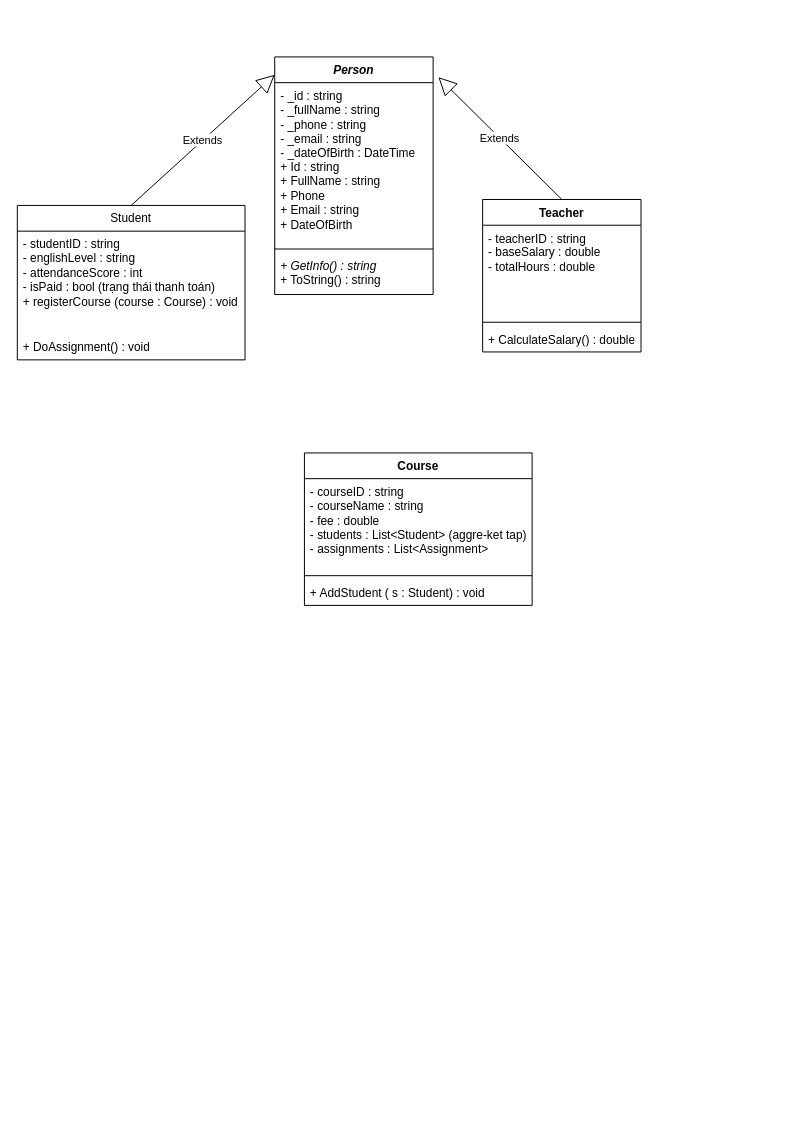
This is Class_Diagram_QL_TrungTam_TA.drawio from ngocyen06/OOP_QL_Trung_tam_Tieng_Anh, a draw.io file, before an edit. Source tidied: cells renumbered, new cells numbered last; positions are measured from the earlier drawing's top-left corner, leaving out a move shared by most shapes. Both pictures are drawn from the tidied source at 99%, with x=0, y=0 at pixel (17, 56).
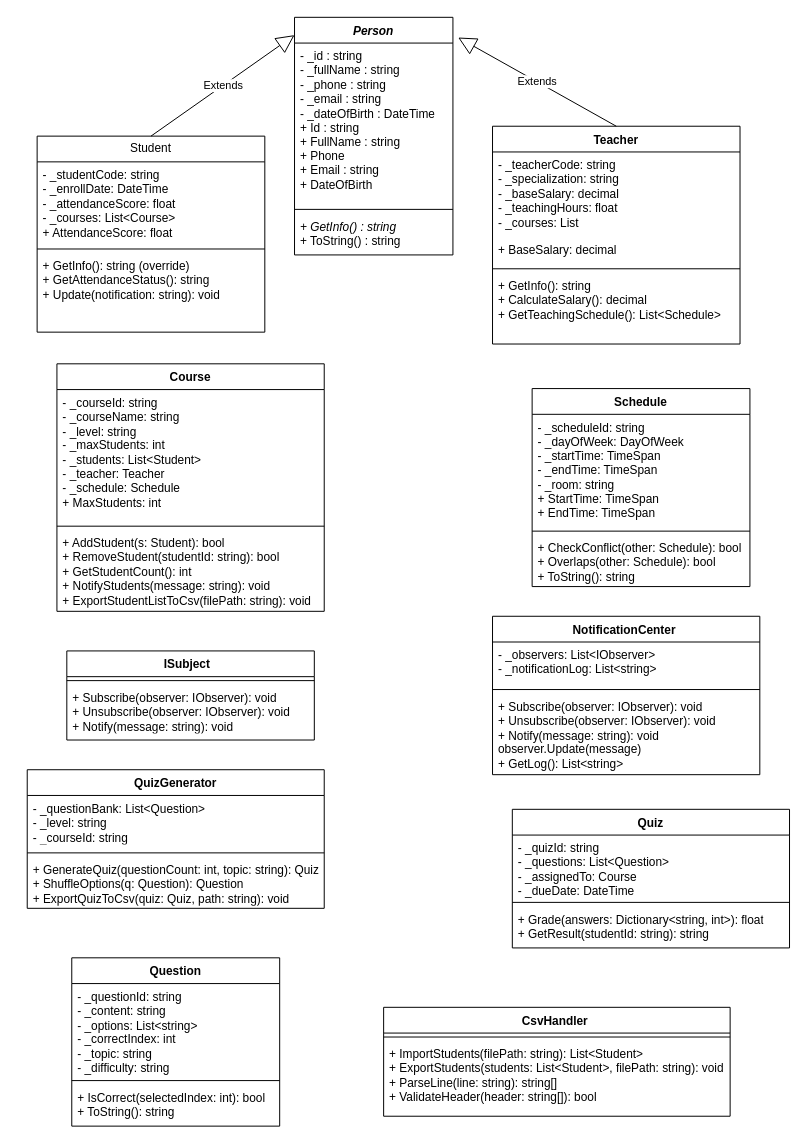
After the change.

Diff of the diagram source:
```diff
@@
     <mxCell id="2" value="&lt;i&gt;Person&lt;/i&gt;" style="swimlane;fontStyle=1;align=center;verticalAlign=top;horizontal=1;startSize=26;whiteSpace=wrap;html=1;" parent="1" vertex="1">
-      <mxGeometry x="260" width="160" height="240" as="geometry" />
+      <mxGeometry x="280" y="-40" width="160" height="240" as="geometry" />
     </mxCell>
@@
     <mxCell id="6" value="Student" style="swimlane;fontStyle=0;horizontal=1;startSize=26;fillColor=none;whiteSpace=wrap;html=1;" parent="1" vertex="1">
-      <mxGeometry y="150" width="230" height="156" as="geometry" />
+      <mxGeometry x="20" y="80" width="230" height="198" as="geometry" />
     </mxCell>
-    <mxCell id="7" value="- studentID : string&lt;div&gt;- englishLevel : string&lt;/div&gt;&lt;div&gt;- attendanceScore : int&lt;/div&gt;&lt;div&gt;- isPaid : bool (trạng thái thanh toán)&lt;/div&gt;&lt;div&gt;+ registerCourse (course : Course) : void&lt;/div&gt;&lt;div&gt;&lt;br&gt;&lt;/div&gt;" style="text;strokeColor=none;fillColor=none;align=left;verticalAlign=top;spacingLeft=4;spacingRight=4;overflow=hidden;whiteSpace=wrap;html=1;" parent="6" vertex="1">
-      <mxGeometry y="26" width="230" height="104" as="geometry" />
+    <mxCell id="7" value="&lt;span style=&quot;background-color: transparent; color: light-dark(rgb(0, 0, 0), rgb(255, 255, 255));&quot;&gt;- _studentCode: string&lt;/span&gt;&lt;div&gt;- _enrollDate: DateTime&lt;/div&gt;&lt;div&gt;&lt;span style=&quot;background-color: transparent; color: light-dark(rgb(0, 0, 0), rgb(255, 255, 255));&quot;&gt;- _attendanceScore: float&amp;nbsp;&lt;/span&gt;&lt;/div&gt;&lt;div&gt;&lt;span style=&quot;background-color: transparent; color: light-dark(rgb(0, 0, 0), rgb(255, 255, 255));&quot;&gt;- _courses: List&amp;lt;Course&amp;gt;&lt;/span&gt;&lt;/div&gt;&lt;div&gt;&lt;span style=&quot;background-color: transparent; color: light-dark(rgb(0, 0, 0), rgb(255, 255, 255));&quot;&gt;+ AttendanceScore: float&lt;/span&gt;&lt;/div&gt;" style="text;strokeColor=none;fillColor=none;align=left;verticalAlign=top;spacingLeft=4;spacingRight=4;overflow=hidden;whiteSpace=wrap;html=1;" parent="6" vertex="1">
+      <mxGeometry y="26" width="230" height="84" as="geometry" />
     </mxCell>
+    <mxCell id="19" style="line;strokeWidth=1;fillColor=none;align=left;verticalAlign=middle;spacingTop=-1;spacingLeft=3;spacingRight=3;labelPosition=right;strokeColor=inherit;" parent="6" vertex="1">
+      <mxGeometry y="110" width="230" height="8" as="geometry" />
+    </mxCell>
-    <mxCell id="8" value="+ DoAssignment() : void" style="text;strokeColor=none;fillColor=none;align=left;verticalAlign=top;spacingLeft=4;spacingRight=4;overflow=hidden;whiteSpace=wrap;html=1;" parent="6" vertex="1">
-      <mxGeometry y="130" width="230" height="26" as="geometry" />
+    <mxCell id="8" value="+ GetInfo(): string (override)&lt;div&gt;+ GetAttendanceStatus(): string&amp;nbsp;&lt;/div&gt;&lt;div&gt;+ Update(notification: string): void&lt;/div&gt;" style="text;strokeColor=none;fillColor=none;align=left;verticalAlign=top;spacingLeft=4;spacingRight=4;overflow=hidden;whiteSpace=wrap;html=1;" parent="6" vertex="1">
+      <mxGeometry y="118" width="230" height="80" as="geometry" />
     </mxCell>
@@
     <mxCell id="10" value="Teacher" style="swimlane;fontStyle=1;align=center;verticalAlign=top;horizontal=1;startSize=26;whiteSpace=wrap;html=1;" parent="1" vertex="1">
-      <mxGeometry x="470" y="144" width="160" height="154" as="geometry" />
+      <mxGeometry x="480" y="70" width="250" height="220" as="geometry" />
     </mxCell>
-    <mxCell id="11" value="- teacherID : string&lt;div&gt;- baseSalary : double&lt;/div&gt;&lt;div&gt;- totalHours : double&lt;/div&gt;" style="text;strokeColor=none;fillColor=none;align=left;verticalAlign=top;spacingLeft=4;spacingRight=4;overflow=hidden;whiteSpace=wrap;html=1;" parent="10" vertex="1">
-      <mxGeometry y="26" width="160" height="94" as="geometry" />
+    <mxCell id="11" value="- _teacherCode: string&lt;div&gt;- _specialization: string&amp;nbsp;&lt;/div&gt;&lt;div&gt;- _baseSalary: decimal&amp;nbsp;&lt;/div&gt;&lt;div&gt;- _teachingHours: float&lt;/div&gt;&lt;div&gt;- _courses: List&lt;/div&gt;&lt;div&gt;&lt;br&gt;&lt;/div&gt;&lt;div&gt;+ BaseSalary: decimal&lt;/div&gt;" style="text;strokeColor=none;fillColor=none;align=left;verticalAlign=top;spacingLeft=4;spacingRight=4;overflow=hidden;whiteSpace=wrap;html=1;" parent="10" vertex="1">
+      <mxGeometry y="26" width="250" height="114" as="geometry" />
     </mxCell>
     <mxCell id="12" style="line;strokeWidth=1;fillColor=none;align=left;verticalAlign=middle;spacingTop=-1;spacingLeft=3;spacingRight=3;labelPosition=right;strokeColor=inherit;" parent="10" vertex="1">
-      <mxGeometry y="120" width="160" height="8" as="geometry" />
+      <mxGeometry y="140" width="250" height="8" as="geometry" />
     </mxCell>
-    <mxCell id="13" value="+ CalculateSalary() : double" style="text;strokeColor=none;fillColor=none;align=left;verticalAlign=top;spacingLeft=4;spacingRight=4;overflow=hidden;whiteSpace=wrap;html=1;" parent="10" vertex="1">
-      <mxGeometry y="128" width="160" height="26" as="geometry" />
+    <mxCell id="13" value="+ GetInfo(): string&lt;div&gt;+ CalculateSalary(): decimal&lt;/div&gt;&lt;div&gt;+ GetTeachingSchedule(): List&amp;lt;Schedule&amp;gt;&lt;/div&gt;&lt;div&gt;&lt;br&gt;&lt;/div&gt;" style="text;strokeColor=none;fillColor=none;align=left;verticalAlign=top;spacingLeft=4;spacingRight=4;overflow=hidden;whiteSpace=wrap;html=1;" parent="10" vertex="1">
+      <mxGeometry y="148" width="250" height="72" as="geometry" />
     </mxCell>
@@
     <mxCell id="15" value="Course" style="swimlane;fontStyle=1;align=center;verticalAlign=top;horizontal=1;startSize=26;whiteSpace=wrap;html=1;" parent="1" vertex="1">
-      <mxGeometry x="290" y="400" width="230" height="154" as="geometry" />
+      <mxGeometry x="40" y="310" width="270" height="250" as="geometry" />
     </mxCell>
-    <mxCell id="16" value="- courseID : string&lt;div&gt;- courseName : string&lt;/div&gt;&lt;div&gt;- fee : double&lt;/div&gt;&lt;div&gt;- students : List&amp;lt;Student&amp;gt; (aggre-ket tap)&lt;/div&gt;&lt;div&gt;- assignments : List&amp;lt;Assignment&amp;gt;&lt;/div&gt;&lt;div&gt;&lt;br&gt;&lt;/div&gt;" style="text;strokeColor=none;fillColor=none;align=left;verticalAlign=top;spacingLeft=4;spacingRight=4;overflow=hidden;whiteSpace=wrap;html=1;" parent="15" vertex="1">
-      <mxGeometry y="26" width="230" height="94" as="geometry" />
+    <mxCell id="16" value="&lt;div&gt;- _courseId: string&lt;/div&gt;&lt;div&gt;- _courseName: string&lt;/div&gt;&lt;div&gt;- _level: string&amp;nbsp;&lt;/div&gt;&lt;div&gt;- _maxStudents: int&amp;nbsp;&lt;/div&gt;&lt;div&gt;- _students: List&amp;lt;Student&amp;gt;&amp;nbsp;&lt;/div&gt;&lt;div&gt;- _teacher: Teacher&lt;/div&gt;&lt;div&gt;- _schedule: Schedule&lt;/div&gt;&lt;div&gt;+ MaxStudents: int&lt;/div&gt;" style="text;strokeColor=none;fillColor=none;align=left;verticalAlign=top;spacingLeft=4;spacingRight=4;overflow=hidden;whiteSpace=wrap;html=1;" parent="15" vertex="1">
+      <mxGeometry y="26" width="270" height="134" as="geometry" />
     </mxCell>
     <mxCell id="17" style="line;strokeWidth=1;fillColor=none;align=left;verticalAlign=middle;spacingTop=-1;spacingLeft=3;spacingRight=3;labelPosition=right;strokeColor=inherit;" parent="15" vertex="1">
-      <mxGeometry y="120" width="230" height="8" as="geometry" />
+      <mxGeometry y="160" width="270" height="8" as="geometry" />
     </mxCell>
-    <mxCell id="18" value="+ AddStudent ( s : Student) : void" style="text;strokeColor=none;fillColor=none;align=left;verticalAlign=top;spacingLeft=4;spacingRight=4;overflow=hidden;whiteSpace=wrap;html=1;" parent="15" vertex="1">
-      <mxGeometry y="128" width="230" height="26" as="geometry" />
+    <mxCell id="18" value="+ AddStudent(s: Student): bool&amp;nbsp;&lt;div&gt;+ RemoveStudent(studentId: string): bool&lt;/div&gt;&lt;div&gt;+ GetStudentCount(): int&lt;/div&gt;&lt;div&gt;+ NotifyStudents(message: string): void&amp;nbsp;&lt;/div&gt;&lt;div&gt;+ ExportStudentListToCsv(filePath: string): void&lt;/div&gt;" style="text;strokeColor=none;fillColor=none;align=left;verticalAlign=top;spacingLeft=4;spacingRight=4;overflow=hidden;whiteSpace=wrap;html=1;" parent="15" vertex="1">
+      <mxGeometry y="168" width="270" height="82" as="geometry" />
     </mxCell>
+    <mxCell id="20" value="Schedule" style="swimlane;fontStyle=1;align=center;verticalAlign=top;horizontal=1;startSize=26;whiteSpace=wrap;html=1;" parent="1" vertex="1">
+      <mxGeometry x="520" y="335" width="220" height="200" as="geometry" />
+    </mxCell>
+    <mxCell id="21" value="- _scheduleId: string&lt;div&gt;- _dayOfWeek: DayOfWeek&lt;/div&gt;&lt;div&gt;- _startTime: TimeSpan&lt;/div&gt;&lt;div&gt;- _endTime: TimeSpan&amp;nbsp;&lt;/div&gt;&lt;div&gt;- _room: string&lt;/div&gt;&lt;div&gt;+ StartTime: TimeSpan&amp;nbsp;&lt;/div&gt;&lt;div&gt;+ EndTime: TimeSpan&lt;/div&gt;" style="text;strokeColor=none;fillColor=none;align=left;verticalAlign=top;spacingLeft=4;spacingRight=4;overflow=hidden;whiteSpace=wrap;html=1;" parent="20" vertex="1">
+      <mxGeometry y="26" width="220" height="114" as="geometry" />
+    </mxCell>
+    <mxCell id="22" style="line;strokeWidth=1;fillColor=none;align=left;verticalAlign=middle;spacingTop=-1;spacingLeft=3;spacingRight=3;labelPosition=right;strokeColor=inherit;" parent="20" vertex="1">
+      <mxGeometry y="140" width="220" height="8" as="geometry" />
+    </mxCell>
+    <mxCell id="23" value="+ CheckConflict(other: Schedule): bool&lt;div&gt;+ Overlaps(other: Schedule): bool&amp;nbsp;&lt;/div&gt;&lt;div&gt;&lt;span style=&quot;background-color: transparent; color: light-dark(rgb(0, 0, 0), rgb(255, 255, 255));&quot;&gt;+ ToString(): string&lt;/span&gt;&lt;/div&gt;" style="text;strokeColor=none;fillColor=none;align=left;verticalAlign=top;spacingLeft=4;spacingRight=4;overflow=hidden;whiteSpace=wrap;html=1;" parent="20" vertex="1">
+      <mxGeometry y="148" width="220" height="52" as="geometry" />
+    </mxCell>
+    <mxCell id="24" value="ISubject&amp;nbsp;&amp;nbsp;" style="swimlane;fontStyle=1;align=center;verticalAlign=top;horizontal=1;startSize=26;whiteSpace=wrap;html=1;" parent="1" vertex="1">
+      <mxGeometry x="50" y="600" width="250" height="90" as="geometry" />
+    </mxCell>
+    <mxCell id="25" style="line;strokeWidth=1;fillColor=none;align=left;verticalAlign=middle;spacingTop=-1;spacingLeft=3;spacingRight=3;labelPosition=right;strokeColor=inherit;" parent="24" vertex="1">
+      <mxGeometry y="26" width="250" height="8" as="geometry" />
+    </mxCell>
+    <mxCell id="26" value="+ Subscribe(observer: IObserver): void&lt;div&gt;+ Unsubscribe(observer: IObserver): void&lt;/div&gt;&lt;div&gt;+ Notify(message: string): void&lt;/div&gt;" style="text;strokeColor=none;fillColor=none;align=left;verticalAlign=top;spacingLeft=4;spacingRight=4;overflow=hidden;whiteSpace=wrap;html=1;" parent="24" vertex="1">
+      <mxGeometry y="34" width="250" height="56" as="geometry" />
+    </mxCell>
+    <mxCell id="27" value="NotificationCenter&amp;nbsp;" style="swimlane;fontStyle=1;align=center;verticalAlign=top;horizontal=1;startSize=26;whiteSpace=wrap;html=1;" parent="1" vertex="1">
+      <mxGeometry x="480" y="565" width="270" height="160" as="geometry" />
+    </mxCell>
+    <mxCell id="28" value="- _observers: List&amp;lt;IObserver&amp;gt;&lt;div&gt;- _notificationLog: List&amp;lt;string&amp;gt;&lt;/div&gt;" style="text;strokeColor=none;fillColor=none;align=left;verticalAlign=top;spacingLeft=4;spacingRight=4;overflow=hidden;whiteSpace=wrap;html=1;" parent="27" vertex="1">
+      <mxGeometry y="26" width="270" height="44" as="geometry" />
+    </mxCell>
+    <mxCell id="29" style="line;strokeWidth=1;fillColor=none;align=left;verticalAlign=middle;spacingTop=-1;spacingLeft=3;spacingRight=3;labelPosition=right;strokeColor=inherit;" parent="27" vertex="1">
+      <mxGeometry y="70" width="270" height="8" as="geometry" />
+    </mxCell>
+    <mxCell id="30" value="+ Subscribe(observer: IObserver): void&lt;div&gt;+ Unsubscribe(observer: IObserver): void&lt;/div&gt;&lt;div&gt;+ Notify(message: string): void&amp;nbsp; observer.Update(message)&amp;nbsp;&lt;/div&gt;&lt;div&gt;+ GetLog(): List&amp;lt;string&amp;gt;&lt;/div&gt;" style="text;strokeColor=none;fillColor=none;align=left;verticalAlign=top;spacingLeft=4;spacingRight=4;overflow=hidden;whiteSpace=wrap;html=1;" parent="27" vertex="1">
+      <mxGeometry y="78" width="270" height="82" as="geometry" />
+    </mxCell>
+    <mxCell id="31" value="QuizGenerator" style="swimlane;fontStyle=1;align=center;verticalAlign=top;horizontal=1;startSize=26;whiteSpace=wrap;html=1;" parent="1" vertex="1">
+      <mxGeometry x="10" y="720" width="300" height="140" as="geometry" />
+    </mxCell>
+    <mxCell id="32" value="- _questionBank: List&amp;lt;Question&amp;gt;&lt;div&gt;- _level: string&lt;/div&gt;&lt;div&gt;- _courseId: string&lt;/div&gt;" style="text;strokeColor=none;fillColor=none;align=left;verticalAlign=top;spacingLeft=4;spacingRight=4;overflow=hidden;whiteSpace=wrap;html=1;" parent="31" vertex="1">
+      <mxGeometry y="26" width="300" height="54" as="geometry" />
+    </mxCell>
+    <mxCell id="33" style="line;strokeWidth=1;fillColor=none;align=left;verticalAlign=middle;spacingTop=-1;spacingLeft=3;spacingRight=3;labelPosition=right;strokeColor=inherit;" parent="31" vertex="1">
+      <mxGeometry y="80" width="300" height="8" as="geometry" />
+    </mxCell>
+    <mxCell id="34" value="+ GenerateQuiz(questionCount: int, topic: string): Quiz&lt;div&gt;+ ShuffleOptions(q: Question): Question&amp;nbsp;&lt;/div&gt;&lt;div&gt;+ ExportQuizToCsv(quiz: Quiz, path: string): void&lt;/div&gt;" style="text;strokeColor=none;fillColor=none;align=left;verticalAlign=top;spacingLeft=4;spacingRight=4;overflow=hidden;whiteSpace=wrap;html=1;" parent="31" vertex="1">
+      <mxGeometry y="88" width="300" height="52" as="geometry" />
+    </mxCell>
+    <mxCell id="35" value="Question" style="swimlane;fontStyle=1;align=center;verticalAlign=top;horizontal=1;startSize=26;whiteSpace=wrap;html=1;" parent="1" vertex="1">
+      <mxGeometry x="55" y="910" width="210" height="170" as="geometry" />
+    </mxCell>
+    <mxCell id="36" value="- _questionId: string&lt;div&gt;- _content: string&lt;/div&gt;&lt;div&gt;- _options: List&amp;lt;string&amp;gt;&lt;/div&gt;&lt;div&gt;- _correctIndex: int&amp;nbsp;&lt;/div&gt;&lt;div&gt;- _topic: string&lt;/div&gt;&lt;div&gt;- _difficulty: string&lt;/div&gt;" style="text;strokeColor=none;fillColor=none;align=left;verticalAlign=top;spacingLeft=4;spacingRight=4;overflow=hidden;whiteSpace=wrap;html=1;" parent="35" vertex="1">
+      <mxGeometry y="26" width="210" height="94" as="geometry" />
+    </mxCell>
+    <mxCell id="37" style="line;strokeWidth=1;fillColor=none;align=left;verticalAlign=middle;spacingTop=-1;spacingLeft=3;spacingRight=3;labelPosition=right;strokeColor=inherit;" parent="35" vertex="1">
+      <mxGeometry y="120" width="210" height="8" as="geometry" />
+    </mxCell>
+    <mxCell id="38" value="+ IsCorrect(selectedIndex: int): bool&lt;div&gt;+ ToString(): string&lt;/div&gt;" style="text;strokeColor=none;fillColor=none;align=left;verticalAlign=top;spacingLeft=4;spacingRight=4;overflow=hidden;whiteSpace=wrap;html=1;" parent="35" vertex="1">
+      <mxGeometry y="128" width="210" height="42" as="geometry" />
+    </mxCell>
+    <mxCell id="39" value="CsvHandler&amp;nbsp;" style="swimlane;fontStyle=1;align=center;verticalAlign=top;horizontal=1;startSize=26;whiteSpace=wrap;html=1;" parent="1" vertex="1">
+      <mxGeometry x="370" y="960" width="350" height="110" as="geometry" />
+    </mxCell>
+    <mxCell id="40" style="line;strokeWidth=1;fillColor=none;align=left;verticalAlign=middle;spacingTop=-1;spacingLeft=3;spacingRight=3;labelPosition=right;strokeColor=inherit;" parent="39" vertex="1">
+      <mxGeometry y="26" width="350" height="8" as="geometry" />
+    </mxCell>
+    <mxCell id="41" value="+ ImportStudents(filePath: string): List&amp;lt;Student&amp;gt;&lt;div&gt;+ ExportStudents(students: List&amp;lt;Student&amp;gt;, filePath: string): void&lt;/div&gt;&lt;div&gt;+ ParseLine(line: string): string[]&lt;/div&gt;&lt;div&gt;+ ValidateHeader(header: string[]): bool&lt;/div&gt;" style="text;strokeColor=none;fillColor=none;align=left;verticalAlign=top;spacingLeft=4;spacingRight=4;overflow=hidden;whiteSpace=wrap;html=1;" parent="39" vertex="1">
+      <mxGeometry y="34" width="350" height="76" as="geometry" />
+    </mxCell>
+    <mxCell id="42" value="Quiz" style="swimlane;fontStyle=1;align=center;verticalAlign=top;horizontal=1;startSize=26;whiteSpace=wrap;html=1;" parent="1" vertex="1">
+      <mxGeometry x="500" y="760" width="280" height="140" as="geometry" />
+    </mxCell>
+    <mxCell id="43" value="- _quizId: string&lt;div&gt;- _questions: List&amp;lt;Question&amp;gt;&lt;/div&gt;&lt;div&gt;- _assignedTo: Course&lt;/div&gt;&lt;div&gt;- _dueDate: DateTime&lt;/div&gt;" style="text;strokeColor=none;fillColor=none;align=left;verticalAlign=top;spacingLeft=4;spacingRight=4;overflow=hidden;whiteSpace=wrap;html=1;" parent="42" vertex="1">
+      <mxGeometry y="26" width="280" height="64" as="geometry" />
+    </mxCell>
+    <mxCell id="44" style="line;strokeWidth=1;fillColor=none;align=left;verticalAlign=middle;spacingTop=-1;spacingLeft=3;spacingRight=3;labelPosition=right;strokeColor=inherit;" parent="42" vertex="1">
+      <mxGeometry y="90" width="280" height="8" as="geometry" />
+    </mxCell>
+    <mxCell id="45" value="+ Grade(answers: Dictionary&amp;lt;string, int&amp;gt;): float&lt;div&gt;+ GetResult(studentId: string): string&lt;/div&gt;" style="text;strokeColor=none;fillColor=none;align=left;verticalAlign=top;spacingLeft=4;spacingRight=4;overflow=hidden;whiteSpace=wrap;html=1;" parent="42" vertex="1">
+      <mxGeometry y="98" width="280" height="42" as="geometry" />
+    </mxCell>
```
